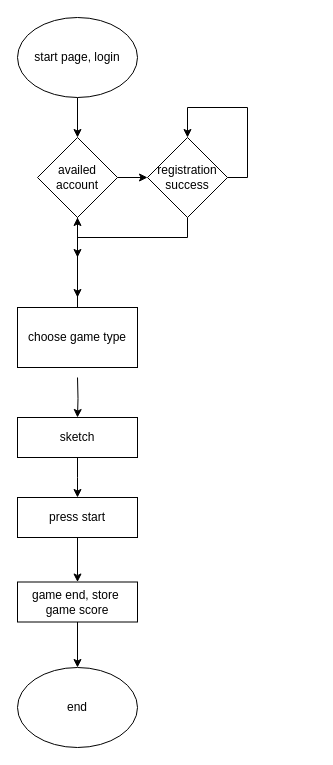
This is 未命名绘图.drawio from wei0728/UML-diagram, a draw.io file, before an edit. Source tidied: cells renumbered, new cells numbered last; positions are measured from the earlier drawing's top-left corner, leaving out a move shared by most shapes. Both pictures are drawn from the tidied source at 100%, with x=0, y=0 at pixel (17, 17).
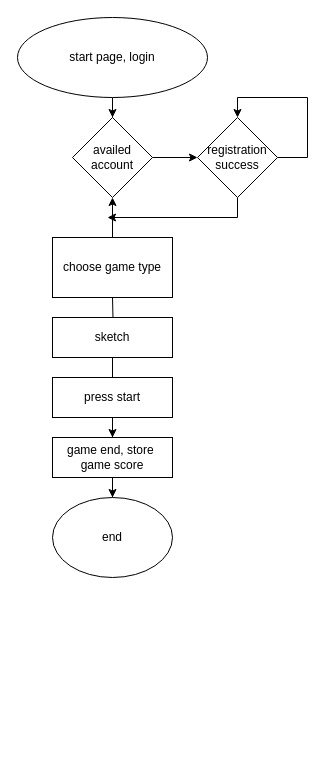
Above is the later version.

Commit message:
更新未命名绘图.drawio

Diff of the diagram source:
```diff
@@
     <mxCell id="3" value="start page, login" style="ellipse;whiteSpace=wrap;html=1;" parent="1" vertex="1">
-      <mxGeometry width="120" height="80" as="geometry" />
+      <mxGeometry width="190" height="80" as="geometry" />
     </mxCell>
-    <mxCell id="4" style="edgeStyle=orthogonalEdgeStyle;rounded=0;jettySize=auto;html=1;" parent="1" edge="1" source="6">
-      <mxGeometry relative="1" as="geometry">
-        <mxPoint x="60" y="280" as="targetPoint" />
-      </mxGeometry>
-    </mxCell>
@@
     <mxCell id="6" value="availed account" style="rhombus;whiteSpace=wrap;html=1;" parent="1" vertex="1">
-      <mxGeometry x="20" y="120" width="80" height="80" as="geometry" />
+      <mxGeometry x="55" y="100" width="80" height="80" as="geometry" />
     </mxCell>
     <mxCell id="7" style="edgeStyle=orthogonalEdgeStyle;rounded=0;jettySize=auto;html=1;" parent="1" edge="1" target="12">
       <mxGeometry relative="1" as="geometry">
-        <mxPoint x="60" y="360" as="sourcePoint" />
+        <mxPoint x="95" y="280" as="sourcePoint" />
       </mxGeometry>
     </mxCell>
-    <mxCell id="8" style="edgeStyle=orthogonalEdgeStyle;rounded=0;jettySize=auto;html=1;" parent="1" edge="1" source="10">
-      <mxGeometry relative="1" as="geometry">
-        <mxPoint x="60" y="240" as="targetPoint" />
-        <Array as="points">
-          <mxPoint x="170" y="220" />
-          <mxPoint x="60" y="220" />
-        </Array>
-      </mxGeometry>
-    </mxCell>
     <mxCell id="9" style="edgeStyle=orthogonalEdgeStyle;rounded=0;orthogonalLoop=1;jettySize=auto;html=1;entryX=0;entryY=0.5;entryDx=0;entryDy=0;" parent="1" edge="1" source="10" target="10">
       <mxGeometry relative="1" as="geometry">
         <Array as="points">
-          <mxPoint x="230" y="160" />
-          <mxPoint x="230" y="90" />
-          <mxPoint x="170" y="90" />
+          <mxPoint x="290" y="140" />
+          <mxPoint x="290" y="80" />
+          <mxPoint x="220" y="80" />
         </Array>
       </mxGeometry>
     </mxCell>
+    <mxCell id="20" style="edgeStyle=orthogonalEdgeStyle;rounded=0;jettySize=auto;html=1;" parent="1" edge="1" source="10">
+      <mxGeometry relative="1" as="geometry">
+        <mxPoint x="90" y="200" as="targetPoint" />
+        <Array as="points">
+          <mxPoint x="220" y="200" />
+        </Array>
+      </mxGeometry>
+    </mxCell>
     <mxCell id="10" value="registration success" style="rhombus;whiteSpace=wrap;html=1;direction=south;" parent="1" vertex="1">
-      <mxGeometry x="130" y="120" width="80" height="80" as="geometry" />
+      <mxGeometry x="180" y="100" width="80" height="80" as="geometry" />
     </mxCell>
     <mxCell id="11" style="edgeStyle=orthogonalEdgeStyle;rounded=0;jettySize=auto;html=1;" parent="1" edge="1" source="12">
       <mxGeometry relative="1" as="geometry">
-        <mxPoint x="60" y="480" as="targetPoint" />
+        <mxPoint x="95" y="400" as="targetPoint" />
       </mxGeometry>
     </mxCell>
     <mxCell id="12" value="sketch" style="whiteSpace=wrap;html=1;" parent="1" vertex="1">
-      <mxGeometry y="400" width="120" height="40" as="geometry" />
+      <mxGeometry x="35" y="300" width="120" height="40" as="geometry" />
     </mxCell>
@@
     <mxCell id="14" value="choose game type" style="rounded=0;whiteSpace=wrap;html=1;" parent="1" vertex="1">
-      <mxGeometry y="290" width="120" height="60" as="geometry" />
+      <mxGeometry x="35" y="220" width="120" height="60" as="geometry" />
     </mxCell>
@@
     <mxCell id="16" value="press start" style="whiteSpace=wrap;html=1;" parent="1" vertex="1">
-      <mxGeometry y="480" width="120" height="40" as="geometry" />
+      <mxGeometry x="35" y="360" width="120" height="40" as="geometry" />
     </mxCell>
-    <mxCell id="17" style="edgeStyle=orthogonalEdgeStyle;rounded=0;jettySize=auto;html=1;" parent="1" edge="1" source="18" target="19">
+    <mxCell id="17" style="edgeStyle=orthogonalEdgeStyle;rounded=0;jettySize=auto;html=1;entryX=0.5;entryY=0;entryDx=0;entryDy=0;" parent="1" edge="1" source="18" target="19">
       <mxGeometry relative="1" as="geometry" />
     </mxCell>
     <mxCell id="18" value="game end, store&amp;nbsp;&lt;br&gt;game score" style="whiteSpace=wrap;html=1;" parent="1" vertex="1">
-      <mxGeometry y="564.5" width="120" height="40" as="geometry" />
+      <mxGeometry x="35" y="420" width="120" height="40" as="geometry" />
     </mxCell>
     <mxCell id="19" value="end" style="ellipse;whiteSpace=wrap;html=1;" parent="1" vertex="1">
-      <mxGeometry y="650" width="120" height="80" as="geometry" />
+      <mxGeometry x="35" y="480" width="120" height="80" as="geometry" />
     </mxCell>
```
